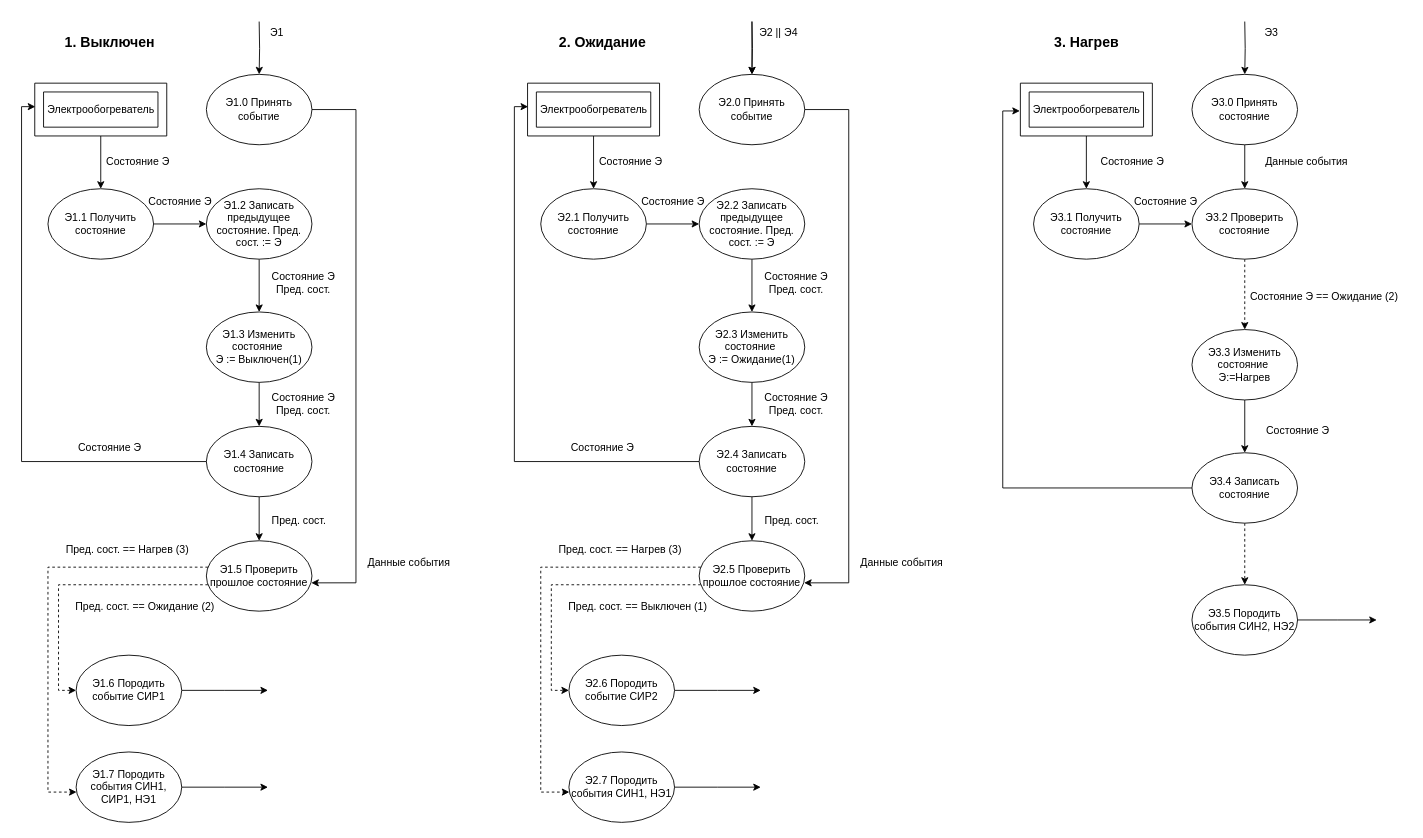
The draw.io diagram page "ДПДД" (5 of 5) of lab_05/heater.drawio in n0kkster/iu7-oop-4sem-labs, before the edit. Source tidied: cells renumbered, new cells numbered last; positions are measured from the earlier drawing's top-left corner, leaving out a move shared by most shapes. Both pictures are drawn from the tidied source at 88%, with x=0, y=0 at pixel (21, 19).
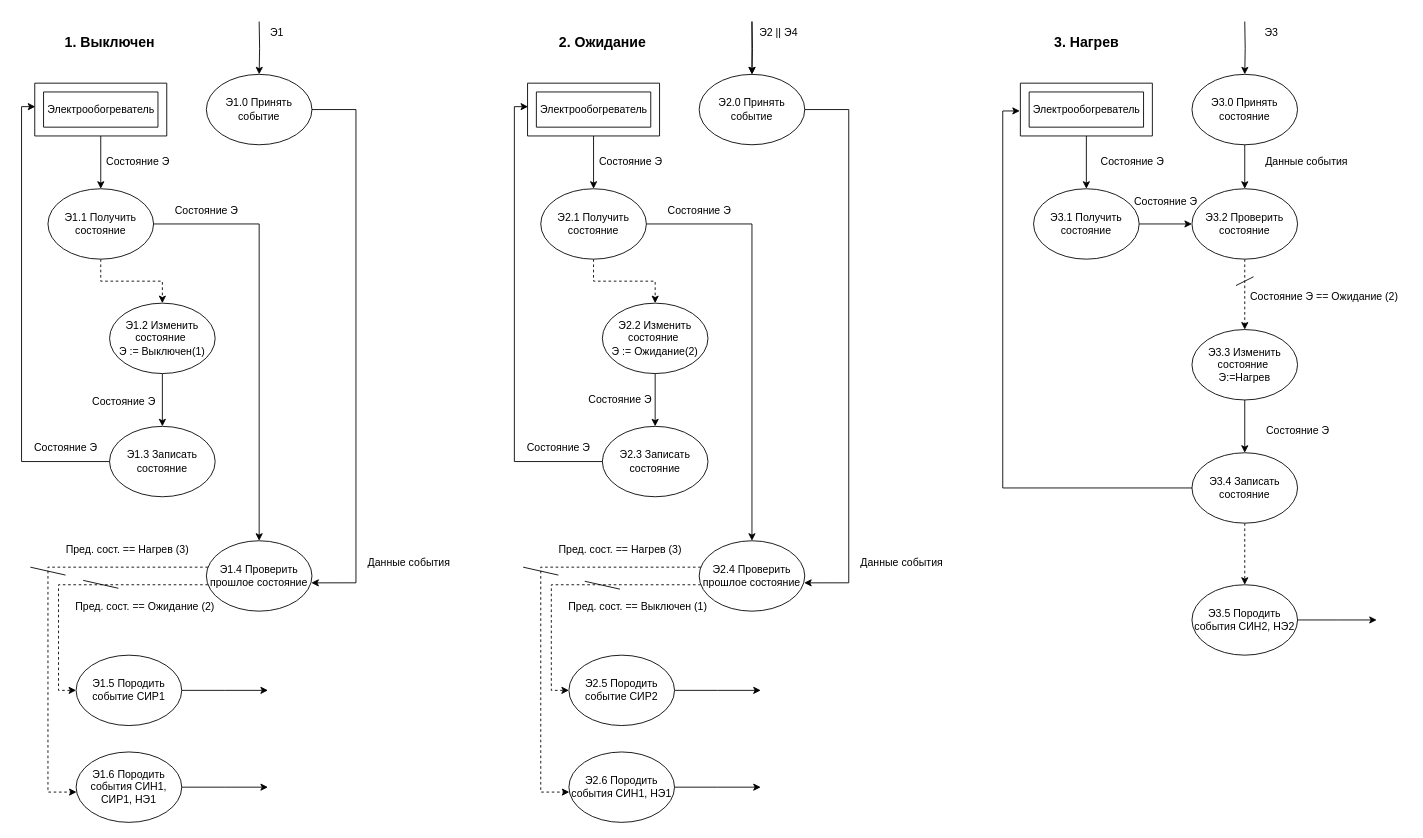
After the change.

Unchanged cells that the change refers to:
```xml
<mxCell id="8" value="Э1.1 Получить состояние" style="ellipse;whiteSpace=wrap;html=1;" parent="1" vertex="1">
  <mxGeometry x="30" y="192" width="120" height="80" as="geometry" />
</mxCell>
<mxCell id="40" value="Э2.1 Получить состояние" style="ellipse;whiteSpace=wrap;html=1;" parent="1" vertex="1">
  <mxGeometry x="590" y="192" width="120" height="80" as="geometry" />
</mxCell>
```

Change to the diagram source:
```diff
@@
-    <mxCell id="5" style="edgeStyle=orthogonalEdgeStyle;rounded=0;jettySize=auto;html=1;entryX=0.5;entryY=0;entryDx=0;entryDy=0;" parent="1" edge="1" source="6" target="15">
-      <mxGeometry relative="1" as="geometry" />
-    </mxCell>
-    <mxCell id="6" value="Э1.2 Записать предыдущее состояние. Пред. сост. := Э" style="ellipse;whiteSpace=wrap;html=1;" parent="1" vertex="1">
-      <mxGeometry x="210" y="192" width="120" height="80" as="geometry" />
-    </mxCell>
-    <mxCell id="7" style="edgeStyle=orthogonalEdgeStyle;rounded=0;jettySize=auto;html=1;entryX=0;entryY=0.5;entryDx=0;entryDy=0;" parent="1" edge="1" source="8" target="6">
-      <mxGeometry relative="1" as="geometry" />
-    </mxCell>
+    <mxCell id="93" style="edgeStyle=orthogonalEdgeStyle;rounded=0;jettySize=auto;html=1;exitX=0.5;exitY=1;exitDx=0;exitDy=0;entryX=0.5;entryY=0;entryDx=0;entryDy=0;dashed=1;" parent="1" edge="1" source="8" target="15">
+      <mxGeometry relative="1" as="geometry" />
+    </mxCell>
+    <mxCell id="94" style="edgeStyle=orthogonalEdgeStyle;rounded=0;jettySize=auto;html=1;exitX=1;exitY=0.5;exitDx=0;exitDy=0;entryX=0.5;entryY=0;entryDx=0;entryDy=0;" parent="1" edge="1" source="8" target="23">
+      <mxGeometry relative="1" as="geometry" />
+    </mxCell>
@@
     <mxCell id="13" value="Состояние Э" style="text;html=1;align=center;verticalAlign=middle;strokeColor=none;fillColor=none;" parent="1" vertex="1">
-      <mxGeometry x="130" y="192" width="100" height="30" as="geometry" />
+      <mxGeometry x="160" y="202" width="100" height="30" as="geometry" />
     </mxCell>
     <mxCell id="14" style="edgeStyle=orthogonalEdgeStyle;rounded=0;jettySize=auto;html=1;entryX=0.5;entryY=0;entryDx=0;entryDy=0;" parent="1" edge="1" source="15" target="18">
-      <mxGeometry relative="1" as="geometry" />
+      <mxGeometry relative="1" as="geometry">
+        <Array as="points">
+          <mxPoint x="160" y="372" />
+        </Array>
+      </mxGeometry>
     </mxCell>
-    <mxCell id="15" value="Э1.3 Изменить состояние&amp;nbsp;&lt;div&gt;Э := Выключен(1)&lt;/div&gt;" style="ellipse;whiteSpace=wrap;html=1;" parent="1" vertex="1">
-      <mxGeometry x="210" y="332" width="120" height="80" as="geometry" />
+    <mxCell id="15" value="Э1.2 Изменить состояние&amp;nbsp;&lt;div&gt;Э := Выключен(1)&lt;/div&gt;" style="ellipse;whiteSpace=wrap;html=1;" parent="1" vertex="1">
+      <mxGeometry x="100" y="322" width="120" height="80" as="geometry" />
     </mxCell>
-    <mxCell id="16" value="Состояние Э&lt;div&gt;Пред. сост.&lt;/div&gt;" style="text;html=1;align=center;verticalAlign=middle;strokeColor=none;fillColor=none;" parent="1" vertex="1">
-      <mxGeometry x="270" y="279" width="100" height="40" as="geometry" />
-    </mxCell>
-    <mxCell id="17" style="edgeStyle=orthogonalEdgeStyle;rounded=0;jettySize=auto;html=1;entryX=0.5;entryY=0;entryDx=0;entryDy=0;" parent="1" edge="1" source="18" target="23">
-      <mxGeometry relative="1" as="geometry" />
-    </mxCell>
-    <mxCell id="18" value="Э1.4 Записать состояние" style="ellipse;whiteSpace=wrap;html=1;" parent="1" vertex="1">
-      <mxGeometry x="210" y="462" width="120" height="80" as="geometry" />
+    <mxCell id="18" value="Э1.3 Записать состояние" style="ellipse;whiteSpace=wrap;html=1;" parent="1" vertex="1">
+      <mxGeometry x="100" y="462" width="120" height="80" as="geometry" />
     </mxCell>
-    <mxCell id="19" value="Состояние Э&lt;div&gt;Пред. сост.&lt;/div&gt;" style="text;html=1;align=center;verticalAlign=middle;strokeColor=none;fillColor=none;" parent="1" vertex="1">
-      <mxGeometry x="270" y="417" width="100" height="40" as="geometry" />
+    <mxCell id="19" value="Состояние Э" style="text;html=1;align=center;verticalAlign=middle;strokeColor=none;fillColor=none;" parent="1" vertex="1">
+      <mxGeometry x="66" y="419" width="100" height="30" as="geometry" />
     </mxCell>
@@
     <mxCell id="21" value="Состояние Э" style="text;html=1;align=center;verticalAlign=middle;strokeColor=none;fillColor=none;" parent="1" vertex="1">
-      <mxGeometry x="50" y="472" width="100" height="30" as="geometry" />
+      <mxGeometry y="472" width="100" height="30" as="geometry" />
     </mxCell>
@@
-    <mxCell id="23" value="Э1.5 Проверить прошлое состояние" style="ellipse;whiteSpace=wrap;html=1;" parent="1" vertex="1">
+    <mxCell id="23" value="Э1.4 Проверить прошлое состояние" style="ellipse;whiteSpace=wrap;html=1;" parent="1" vertex="1">
       <mxGeometry x="210" y="592" width="120" height="80" as="geometry" />
     </mxCell>
@@
-    <mxCell id="25" value="&lt;div&gt;Пред. сост.&lt;/div&gt;" style="text;html=1;align=center;verticalAlign=middle;strokeColor=none;fillColor=none;" parent="1" vertex="1">
-      <mxGeometry x="270" y="554" width="90" height="30" as="geometry" />
-    </mxCell>
@@
-    <mxCell id="28" value="Э1.6 Породить событие СИР1" style="ellipse;whiteSpace=wrap;html=1;" parent="1" vertex="1">
+    <mxCell id="28" value="Э1.5 Породить событие СИР1" style="ellipse;whiteSpace=wrap;html=1;" parent="1" vertex="1">
       <mxGeometry x="62" y="722" width="120" height="80" as="geometry" />
     </mxCell>
@@
-    <mxCell id="31" value="Э1.7 Породить события СИН1, СИР1, НЭ1" style="ellipse;whiteSpace=wrap;html=1;" parent="1" vertex="1">
+    <mxCell id="31" value="Э1.6 Породить события СИН1, СИР1, НЭ1" style="ellipse;whiteSpace=wrap;html=1;" parent="1" vertex="1">
       <mxGeometry x="62" y="832" width="120" height="80" as="geometry" />
     </mxCell>
@@
-    <mxCell id="37" style="edgeStyle=orthogonalEdgeStyle;rounded=0;jettySize=auto;html=1;entryX=0.5;entryY=0;entryDx=0;entryDy=0;" parent="1" edge="1" source="38" target="47">
-      <mxGeometry relative="1" as="geometry" />
-    </mxCell>
-    <mxCell id="38" value="Э2.2 Записать предыдущее состояние. Пред. сост. := Э" style="ellipse;whiteSpace=wrap;html=1;" parent="1" vertex="1">
-      <mxGeometry x="770" y="192" width="120" height="80" as="geometry" />
-    </mxCell>
-    <mxCell id="39" style="edgeStyle=orthogonalEdgeStyle;rounded=0;jettySize=auto;html=1;entryX=0;entryY=0.5;entryDx=0;entryDy=0;" parent="1" edge="1" source="40" target="38">
-      <mxGeometry relative="1" as="geometry" />
-    </mxCell>
+    <mxCell id="95" style="edgeStyle=orthogonalEdgeStyle;rounded=0;jettySize=auto;html=1;exitX=0.5;exitY=1;exitDx=0;exitDy=0;dashed=1;" parent="1" edge="1" source="40" target="47">
+      <mxGeometry relative="1" as="geometry" />
+    </mxCell>
+    <mxCell id="96" style="edgeStyle=orthogonalEdgeStyle;rounded=0;jettySize=auto;html=1;exitX=1;exitY=0.5;exitDx=0;exitDy=0;entryX=0.5;entryY=0;entryDx=0;entryDy=0;" parent="1" edge="1" source="40" target="55">
+      <mxGeometry relative="1" as="geometry" />
+    </mxCell>
@@
     <mxCell id="45" value="Состояние Э" style="text;html=1;align=center;verticalAlign=middle;strokeColor=none;fillColor=none;" parent="1" vertex="1">
-      <mxGeometry x="690" y="192" width="100" height="30" as="geometry" />
+      <mxGeometry x="720" y="202" width="100" height="30" as="geometry" />
     </mxCell>
     <mxCell id="46" style="edgeStyle=orthogonalEdgeStyle;rounded=0;jettySize=auto;html=1;entryX=0.5;entryY=0;entryDx=0;entryDy=0;" parent="1" edge="1" source="47" target="50">
-      <mxGeometry relative="1" as="geometry" />
+      <mxGeometry relative="1" as="geometry">
+        <Array as="points">
+          <mxPoint x="720" y="372" />
+        </Array>
+      </mxGeometry>
     </mxCell>
-    <mxCell id="47" value="Э2.3 Изменить состояние&amp;nbsp;&lt;div&gt;Э := Ожидание(1)&lt;/div&gt;" style="ellipse;whiteSpace=wrap;html=1;" parent="1" vertex="1">
-      <mxGeometry x="770" y="332" width="120" height="80" as="geometry" />
+    <mxCell id="47" value="Э2.2 Изменить состояние&amp;nbsp;&lt;div&gt;Э := Ожидание(2)&lt;/div&gt;" style="ellipse;whiteSpace=wrap;html=1;" parent="1" vertex="1">
+      <mxGeometry x="660" y="322" width="120" height="80" as="geometry" />
     </mxCell>
-    <mxCell id="48" value="Состояние Э&lt;div&gt;Пред. сост.&lt;/div&gt;" style="text;html=1;align=center;verticalAlign=middle;strokeColor=none;fillColor=none;" parent="1" vertex="1">
-      <mxGeometry x="830" y="279" width="100" height="40" as="geometry" />
-    </mxCell>
-    <mxCell id="49" style="edgeStyle=orthogonalEdgeStyle;rounded=0;jettySize=auto;html=1;entryX=0.5;entryY=0;entryDx=0;entryDy=0;" parent="1" edge="1" source="50" target="55">
-      <mxGeometry relative="1" as="geometry" />
-    </mxCell>
-    <mxCell id="50" value="Э2.4 Записать состояние" style="ellipse;whiteSpace=wrap;html=1;" parent="1" vertex="1">
-      <mxGeometry x="770" y="462" width="120" height="80" as="geometry" />
+    <mxCell id="50" value="Э2.3 Записать состояние" style="ellipse;whiteSpace=wrap;html=1;" parent="1" vertex="1">
+      <mxGeometry x="660" y="462" width="120" height="80" as="geometry" />
     </mxCell>
-    <mxCell id="51" value="Состояние Э&lt;div&gt;Пред. сост.&lt;/div&gt;" style="text;html=1;align=center;verticalAlign=middle;strokeColor=none;fillColor=none;" parent="1" vertex="1">
-      <mxGeometry x="830" y="417" width="100" height="40" as="geometry" />
+    <mxCell id="51" value="Состояние Э" style="text;html=1;align=center;verticalAlign=middle;strokeColor=none;fillColor=none;" parent="1" vertex="1">
+      <mxGeometry x="630" y="417" width="100" height="30" as="geometry" />
     </mxCell>
@@
     <mxCell id="53" value="Состояние Э" style="text;html=1;align=center;verticalAlign=middle;strokeColor=none;fillColor=none;" parent="1" vertex="1">
-      <mxGeometry x="610" y="472" width="100" height="30" as="geometry" />
+      <mxGeometry x="560" y="472" width="100" height="30" as="geometry" />
     </mxCell>
@@
-    <mxCell id="55" value="Э2.5 Проверить прошлое состояние" style="ellipse;whiteSpace=wrap;html=1;" parent="1" vertex="1">
+    <mxCell id="55" value="Э2.4 Проверить прошлое состояние" style="ellipse;whiteSpace=wrap;html=1;" parent="1" vertex="1">
       <mxGeometry x="770" y="592" width="120" height="80" as="geometry" />
     </mxCell>
@@
-    <mxCell id="57" value="&lt;div&gt;Пред. сост.&lt;/div&gt;" style="text;html=1;align=center;verticalAlign=middle;strokeColor=none;fillColor=none;" parent="1" vertex="1">
-      <mxGeometry x="830" y="554" width="90" height="30" as="geometry" />
-    </mxCell>
@@
-    <mxCell id="60" value="Э2.6 Породить событие СИР2" style="ellipse;whiteSpace=wrap;html=1;" parent="1" vertex="1">
+    <mxCell id="60" value="Э2.5 Породить событие СИР2" style="ellipse;whiteSpace=wrap;html=1;" parent="1" vertex="1">
       <mxGeometry x="622" y="722" width="120" height="80" as="geometry" />
     </mxCell>
@@
-    <mxCell id="63" value="Э2.7 Породить события СИН1, НЭ1" style="ellipse;whiteSpace=wrap;html=1;" parent="1" vertex="1">
+    <mxCell id="63" value="Э2.6 Породить события СИН1, НЭ1" style="ellipse;whiteSpace=wrap;html=1;" parent="1" vertex="1">
       <mxGeometry x="622" y="832" width="120" height="80" as="geometry" />
     </mxCell>
@@
+    <mxCell id="97" style="endArrow=none;html=1;rounded=0;" parent="1" edge="1">
+      <mxGeometry relative="1" as="geometry">
+        <mxPoint x="1380" y="302" as="sourcePoint" />
+        <mxPoint x="1400" y="292" as="targetPoint" />
+      </mxGeometry>
+    </mxCell>
+    <mxCell id="98" style="endArrow=none;html=1;rounded=0;" parent="1" edge="1">
+      <mxGeometry relative="1" as="geometry">
+        <mxPoint x="10" y="622" as="sourcePoint" />
+        <mxPoint x="50" y="631" as="targetPoint" />
+      </mxGeometry>
+    </mxCell>
+    <mxCell id="99" style="endArrow=none;html=1;rounded=0;" parent="1" edge="1">
+      <mxGeometry relative="1" as="geometry">
+        <mxPoint x="70" y="637" as="sourcePoint" />
+        <mxPoint x="110" y="646" as="targetPoint" />
+      </mxGeometry>
+    </mxCell>
+    <mxCell id="100" style="endArrow=none;html=1;rounded=0;" parent="1" edge="1">
+      <mxGeometry relative="1" as="geometry">
+        <mxPoint x="570" y="622" as="sourcePoint" />
+        <mxPoint x="610" y="631" as="targetPoint" />
+      </mxGeometry>
+    </mxCell>
+    <mxCell id="101" style="endArrow=none;html=1;rounded=0;" parent="1" edge="1">
+      <mxGeometry relative="1" as="geometry">
+        <mxPoint x="640" y="638" as="sourcePoint" />
+        <mxPoint x="680" y="647" as="targetPoint" />
+      </mxGeometry>
+    </mxCell>
```
